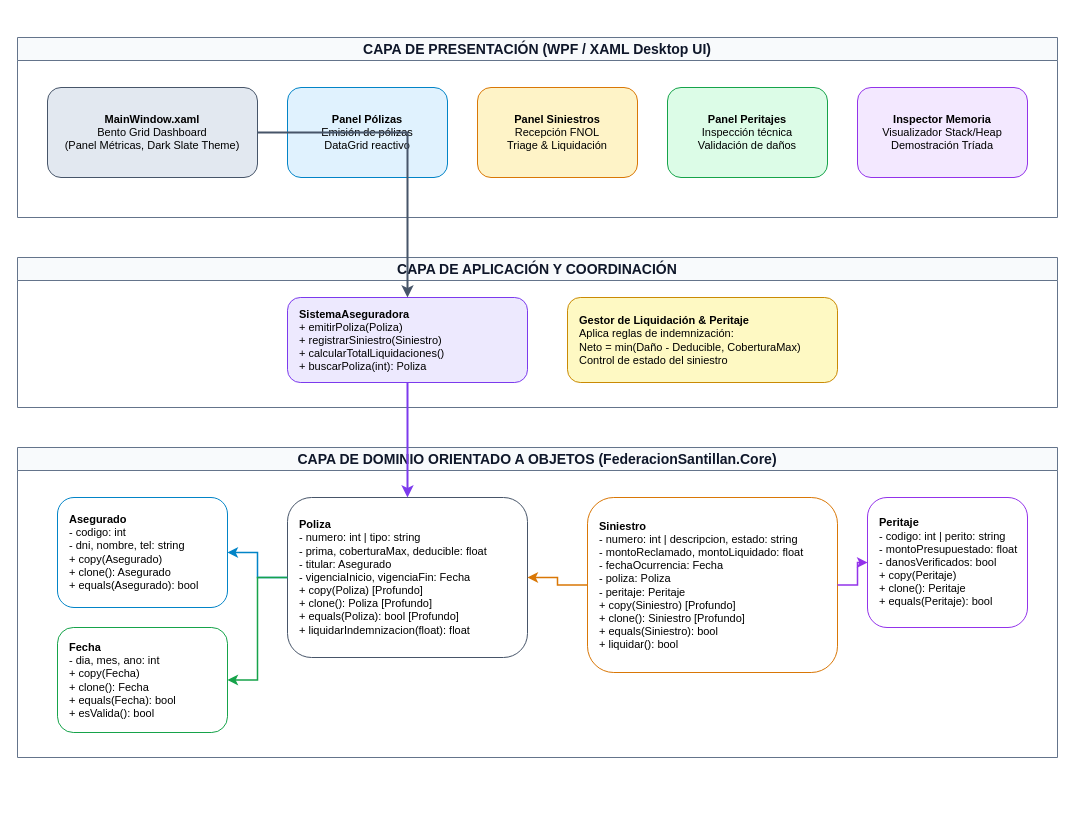
nedder3/santillan-seguros keeps this draw.io diagram as diagramas/diagrama_sistema.drawio. Above is the earlier version. Source tidied: cells renumbered, new cells numbered last; positions are measured from the earlier drawing's top-left corner, leaving out a move shared by most shapes. Both pictures are drawn from the tidied source at 100%, with x=0, y=0 at pixel (17, 37).
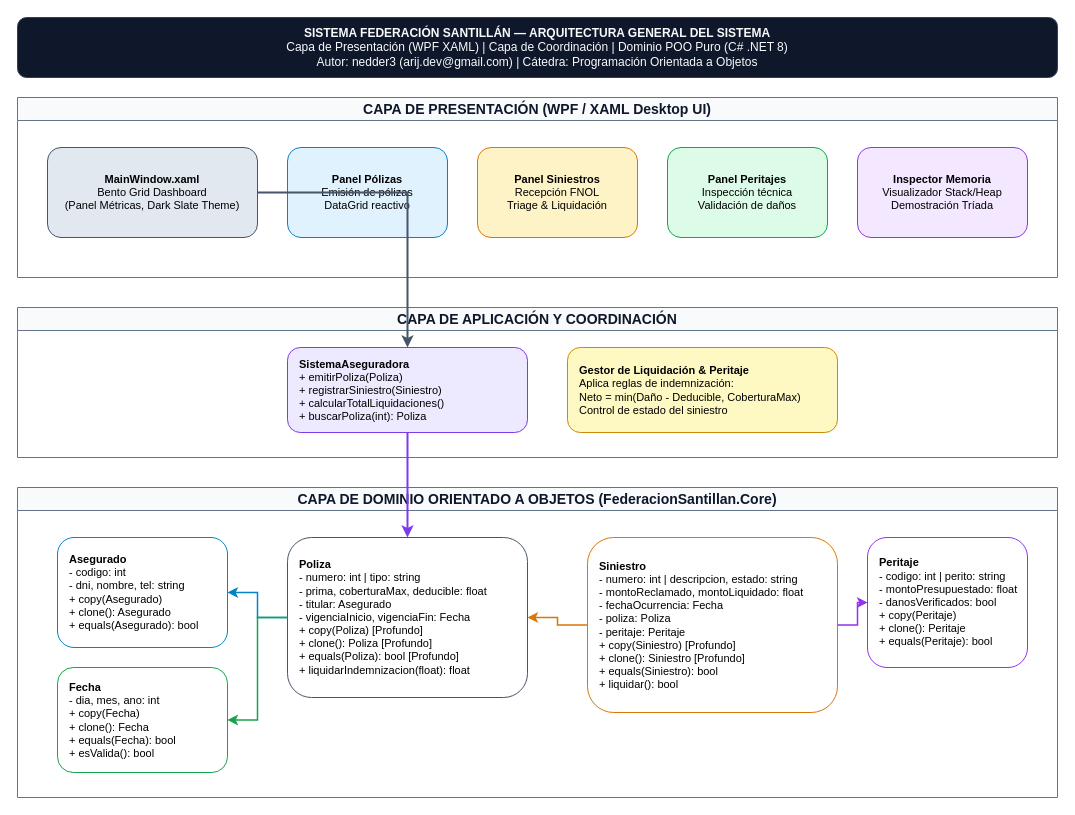
Above is the later version.

Commit message (it also covers changes not shown here):
feat(diagrams): add complete Draw.io suite with author credentials and multipage workbook

Diff of the diagram source:
```diff
@@
+    <mxCell id="23" value="&lt;b&gt;SISTEMA FEDERACIÓN SANTILLÁN — ARQUITECTURA GENERAL DEL SISTEMA&lt;/b&gt;&lt;br&gt;Capa de Presentación (WPF XAML) | Capa de Coordinación | Dominio POO Puro (C# .NET 8)&lt;br&gt;Autor: nedder3 (arij.dev@gmail.com) | Cátedra: Programación Orientada a Objetos" style="rounded=1;whiteSpace=wrap;html=1;fillColor=#0f172a;strokeColor=#334155;fontColor=#f8fafc;fontSize=12;align=center;" parent="1" vertex="1">
+      <mxGeometry y="-20" width="1040" height="60" as="geometry" />
+    </mxCell>
     <mxCell id="2" value="CAPA DE PRESENTACIÓN (WPF / XAML Desktop UI)" style="swimlane;whiteSpace=wrap;html=1;fillColor=#f8fafc;strokeColor=#64748b;fontStyle=1;fontSize=14;fontColor=#0f172a;" parent="1" vertex="1">
-      <mxGeometry width="1040" height="180" as="geometry" />
+      <mxGeometry y="60" width="1040" height="180" as="geometry" />
     </mxCell>
@@
     <mxCell id="8" value="CAPA DE APLICACIÓN Y COORDINACIÓN" style="swimlane;whiteSpace=wrap;html=1;fillColor=#f8fafc;strokeColor=#64748b;fontStyle=1;fontSize=14;fontColor=#0f172a;" parent="1" vertex="1">
-      <mxGeometry y="220" width="1040" height="150" as="geometry" />
+      <mxGeometry y="270" width="1040" height="150" as="geometry" />
     </mxCell>
@@
     <mxCell id="11" value="CAPA DE DOMINIO ORIENTADO A OBJETOS (FederacionSantillan.Core)" style="swimlane;whiteSpace=wrap;html=1;fillColor=#f8fafc;strokeColor=#64748b;fontStyle=1;fontSize=14;fontColor=#0f172a;" parent="1" vertex="1">
-      <mxGeometry y="410" width="1040" height="310" as="geometry" />
+      <mxGeometry y="450" width="1040" height="310" as="geometry" />
     </mxCell>
```
